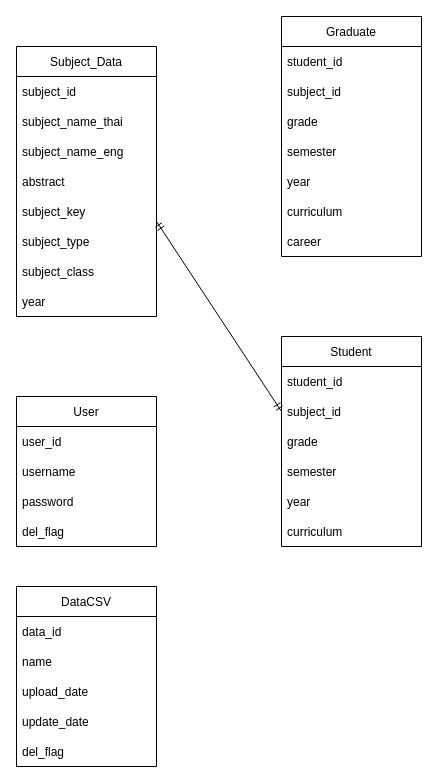
Above: Design_Architecture/Dataschema.drawio in MashMaleLLO/Analytics_and_Prediction_System_for_CE_Curriculum_administrators (draw.io), before the change. Source tidied: cells renumbered, new cells numbered last; positions are measured from the earlier drawing's top-left corner, leaving out a move shared by most shapes. Both pictures are drawn from the tidied source at 100%, with x=0, y=0 at pixel (16, 16).
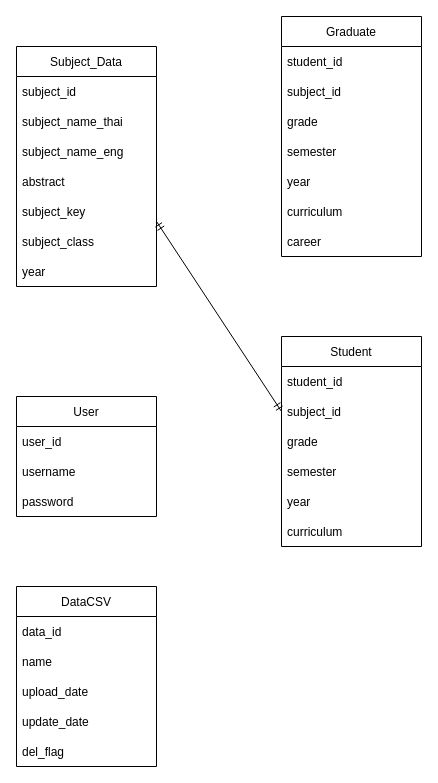
Above is the later version.

Commit message (it also covers changes not shown here):
อัพรายงานดาต้าเบส

Change to the diagram source:
```diff
@@
     <mxCell id="2" value="User" style="swimlane;fontStyle=0;horizontal=1;startSize=30;" parent="1" vertex="1">
-      <mxGeometry y="380" width="140" height="150" as="geometry" />
+      <mxGeometry y="380" width="140" height="120" as="geometry" />
     </mxCell>
@@
-    <mxCell id="6" value="del_flag" style="text;strokeColor=none;fillColor=none;align=left;verticalAlign=middle;spacingLeft=4;spacingRight=4;overflow=hidden;" parent="2" vertex="1">
-      <mxGeometry y="120" width="140" height="30" as="geometry" />
-    </mxCell>
     <mxCell id="7" value="Subject_Data" style="swimlane;fontStyle=0;horizontal=1;startSize=30;" parent="1" vertex="1">
-      <mxGeometry y="30" width="140" height="270" as="geometry" />
+      <mxGeometry y="30" width="140" height="240" as="geometry" />
     </mxCell>
@@
-    <mxCell id="13" value="subject_type" style="text;strokeColor=none;fillColor=none;align=left;verticalAlign=middle;spacingLeft=4;spacingRight=4;overflow=hidden;" parent="7" vertex="1">
-      <mxGeometry y="180" width="140" height="30" as="geometry" />
-    </mxCell>
     <mxCell id="14" value="subject_class" style="text;strokeColor=none;fillColor=none;align=left;verticalAlign=middle;spacingLeft=4;spacingRight=4;overflow=hidden;" parent="7" vertex="1">
-      <mxGeometry y="210" width="140" height="30" as="geometry" />
+      <mxGeometry y="180" width="140" height="30" as="geometry" />
     </mxCell>
     <mxCell id="15" value="year" style="text;strokeColor=none;fillColor=none;align=left;verticalAlign=middle;spacingLeft=4;spacingRight=4;overflow=hidden;" parent="7" vertex="1">
-      <mxGeometry y="240" width="140" height="30" as="geometry" />
+      <mxGeometry y="210" width="140" height="30" as="geometry" />
     </mxCell>
```
